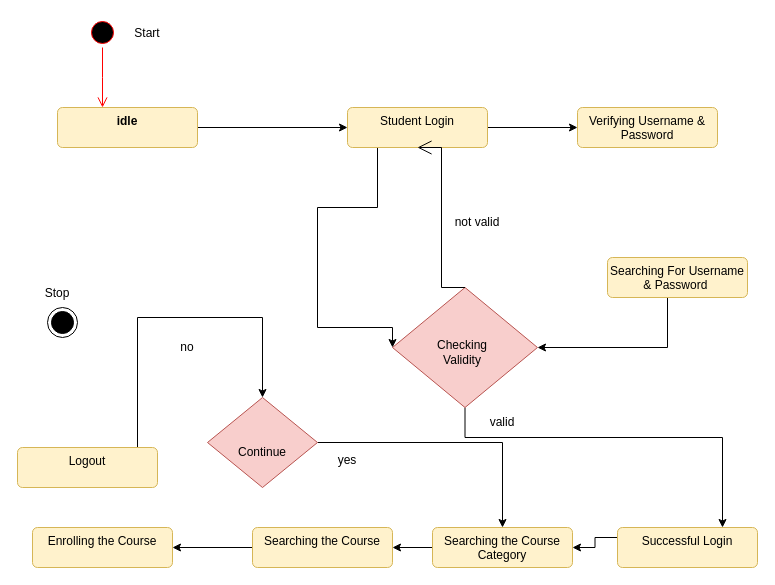
Earlier version of the draw.io diagram lab 9.drawio (AhmedButtar7/testrepo). Source tidied: cells renumbered, new cells numbered last; positions are measured from the earlier drawing's top-left corner, leaving out a move shared by most shapes. Both pictures are drawn from the tidied source at 100%, with x=0, y=0 at pixel (17, 17).
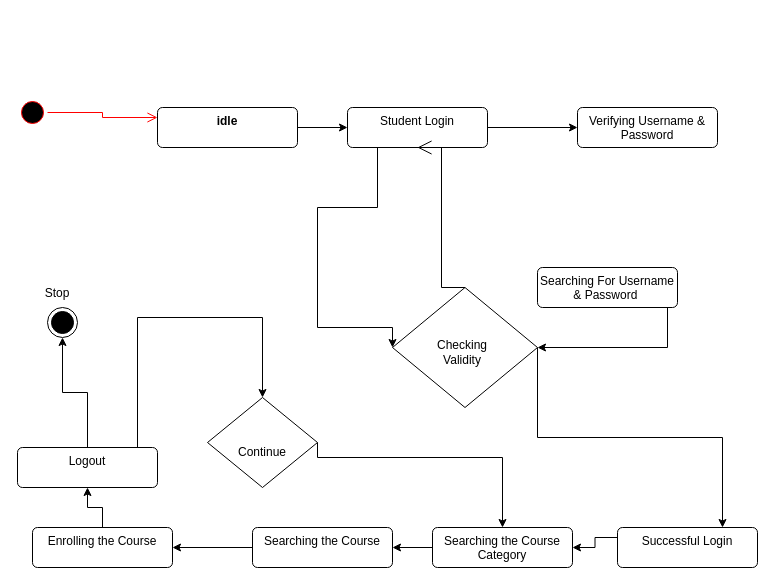
After the change.

Unchanged cells that the change refers to:
```xml
<mxCell id="26" style="ellipse;html=1;shape=endState;fillColor=strokeColor;" parent="1" vertex="1">
  <mxGeometry x="30" y="290" width="30" height="30" as="geometry" />
</mxCell>
```

The edit, as a diff of the source:
```diff
@@
     <mxCell id="2" style="ellipse;html=1;shape=startState;fillColor=#000000;strokeColor=#ff0000;" parent="1" vertex="1">
-      <mxGeometry x="70" width="30" height="30" as="geometry" />
+      <mxGeometry y="80" width="30" height="30" as="geometry" />
     </mxCell>
-    <mxCell id="3" style="edgeStyle=orthogonalEdgeStyle;html=1;verticalAlign=bottom;endArrow=open;endSize=8;strokeColor=#ff0000;rounded=0;" parent="1" edge="1" source="2">
-      <mxGeometry relative="1" as="geometry">
-        <mxPoint x="85" y="90" as="targetPoint" />
-      </mxGeometry>
+    <mxCell id="3" style="edgeStyle=orthogonalEdgeStyle;html=1;verticalAlign=bottom;endArrow=open;endSize=8;strokeColor=#ff0000;rounded=0;entryX=0;entryY=0.25;entryDx=0;entryDy=0;" parent="1" edge="1" source="2" target="5">
+      <mxGeometry relative="1" as="geometry" />
     </mxCell>
@@
-    <mxCell id="5" value="&lt;b&gt;idle&lt;/b&gt;" style="html=1;align=center;verticalAlign=top;rounded=1;absoluteArcSize=1;arcSize=10;dashed=0;whiteSpace=wrap;fillColor=#fff2cc;strokeColor=#d6b656;" parent="1" vertex="1">
-      <mxGeometry x="40" y="90" width="140" height="40" as="geometry" />
+    <mxCell id="5" value="&lt;b&gt;idle&lt;/b&gt;" style="html=1;align=center;verticalAlign=top;rounded=1;absoluteArcSize=1;arcSize=10;dashed=0;whiteSpace=wrap;" parent="1" vertex="1">
+      <mxGeometry x="140" y="90" width="140" height="40" as="geometry" />
     </mxCell>
@@
-    <mxCell id="8" value="Student Login" style="html=1;align=center;verticalAlign=top;rounded=1;absoluteArcSize=1;arcSize=10;dashed=0;whiteSpace=wrap;fillColor=#fff2cc;strokeColor=#d6b656;" parent="1" vertex="1">
+    <mxCell id="8" value="Student Login" style="html=1;align=center;verticalAlign=top;rounded=1;absoluteArcSize=1;arcSize=10;dashed=0;whiteSpace=wrap;" parent="1" vertex="1">
       <mxGeometry x="330" y="90" width="140" height="40" as="geometry" />
     </mxCell>
-    <mxCell id="9" value="Verifying Username &amp;amp; Password" style="html=1;align=center;verticalAlign=top;rounded=1;absoluteArcSize=1;arcSize=10;dashed=0;whiteSpace=wrap;fillColor=#fff2cc;strokeColor=#d6b656;" parent="1" vertex="1">
+    <mxCell id="9" value="Verifying Username &amp;amp; Password" style="html=1;align=center;verticalAlign=top;rounded=1;absoluteArcSize=1;arcSize=10;dashed=0;whiteSpace=wrap;" parent="1" vertex="1">
       <mxGeometry x="560" y="90" width="140" height="40" as="geometry" />
     </mxCell>
-    <mxCell id="10" style="edgeStyle=orthogonalEdgeStyle;rounded=0;jettySize=auto;html=1;exitX=0.5;exitY=1;exitDx=0;exitDy=0;entryX=0.75;entryY=0;entryDx=0;entryDy=0;" parent="1" edge="1" source="11" target="16">
+    <mxCell id="10" style="edgeStyle=orthogonalEdgeStyle;rounded=0;jettySize=auto;html=1;exitX=1;exitY=0.5;exitDx=0;exitDy=0;entryX=0.75;entryY=0;entryDx=0;entryDy=0;" parent="1" edge="1" source="11" target="16">
       <mxGeometry relative="1" as="geometry">
         <Array as="points">
-          <mxPoint x="448" y="420" />
+          <mxPoint x="520" y="420" />
           <mxPoint x="705" y="420" />
         </Array>
       </mxGeometry>
     </mxCell>
-    <mxCell id="11" style="shape=rhombus;html=1;labelPosition=right;align=left;verticalAlign=middle;fillColor=#f8cecc;strokeColor=#b85450;" parent="1" vertex="1">
+    <mxCell id="11" style="shape=rhombus;html=1;labelPosition=right;align=left;verticalAlign=middle;" parent="1" vertex="1">
       <mxGeometry x="375" y="270" width="145" height="120" as="geometry" />
     </mxCell>
@@
-    <mxCell id="14" value="Searching For Username &amp;amp; Password&amp;nbsp;" style="html=1;align=center;verticalAlign=top;rounded=1;absoluteArcSize=1;arcSize=10;dashed=0;whiteSpace=wrap;fillColor=#fff2cc;strokeColor=#d6b656;" parent="1" vertex="1">
-      <mxGeometry x="590" y="240" width="140" height="40" as="geometry" />
+    <mxCell id="14" value="Searching For Username &amp;amp; Password&amp;nbsp;" style="html=1;align=center;verticalAlign=top;rounded=1;absoluteArcSize=1;arcSize=10;dashed=0;whiteSpace=wrap;" parent="1" vertex="1">
+      <mxGeometry x="520" y="250" width="140" height="40" as="geometry" />
     </mxCell>
@@
-    <mxCell id="16" value="Successful Login" style="html=1;align=center;verticalAlign=top;rounded=1;absoluteArcSize=1;arcSize=10;dashed=0;whiteSpace=wrap;fillColor=#fff2cc;strokeColor=#d6b656;" parent="1" vertex="1">
+    <mxCell id="16" value="Successful Login" style="html=1;align=center;verticalAlign=top;rounded=1;absoluteArcSize=1;arcSize=10;dashed=0;whiteSpace=wrap;" parent="1" vertex="1">
       <mxGeometry x="600" y="510" width="140" height="40" as="geometry" />
     </mxCell>
@@
-    <mxCell id="18" value="Searching the Course Category" style="html=1;align=center;verticalAlign=top;rounded=1;absoluteArcSize=1;arcSize=10;dashed=0;whiteSpace=wrap;fillColor=#fff2cc;strokeColor=#d6b656;" parent="1" vertex="1">
+    <mxCell id="18" value="Searching the Course Category" style="html=1;align=center;verticalAlign=top;rounded=1;absoluteArcSize=1;arcSize=10;dashed=0;whiteSpace=wrap;" parent="1" vertex="1">
       <mxGeometry x="415" y="510" width="140" height="40" as="geometry" />
     </mxCell>
@@
-    <mxCell id="20" value="Searching the Course" style="html=1;align=center;verticalAlign=top;rounded=1;absoluteArcSize=1;arcSize=10;dashed=0;whiteSpace=wrap;fillColor=#fff2cc;strokeColor=#d6b656;" parent="1" vertex="1">
+    <mxCell id="20" value="Searching the Course" style="html=1;align=center;verticalAlign=top;rounded=1;absoluteArcSize=1;arcSize=10;dashed=0;whiteSpace=wrap;" parent="1" vertex="1">
       <mxGeometry x="235" y="510" width="140" height="40" as="geometry" />
     </mxCell>
+    <mxCell id="35" style="edgeStyle=orthogonalEdgeStyle;rounded=0;jettySize=auto;html=1;exitX=0.5;exitY=0;exitDx=0;exitDy=0;entryX=0.5;entryY=1;entryDx=0;entryDy=0;" parent="1" edge="1" source="21" target="23">
+      <mxGeometry relative="1" as="geometry" />
+    </mxCell>
-    <mxCell id="21" value="Enrolling the Course" style="html=1;align=center;verticalAlign=top;rounded=1;absoluteArcSize=1;arcSize=10;dashed=0;whiteSpace=wrap;fillColor=#fff2cc;strokeColor=#d6b656;" parent="1" vertex="1">
+    <mxCell id="21" value="Enrolling the Course" style="html=1;align=center;verticalAlign=top;rounded=1;absoluteArcSize=1;arcSize=10;dashed=0;whiteSpace=wrap;" parent="1" vertex="1">
       <mxGeometry x="15" y="510" width="140" height="40" as="geometry" />
     </mxCell>
@@
+    <mxCell id="36" style="edgeStyle=orthogonalEdgeStyle;rounded=0;jettySize=auto;html=1;entryX=0.5;entryY=1;entryDx=0;entryDy=0;" parent="1" edge="1" source="23" target="26">
+      <mxGeometry relative="1" as="geometry" />
+    </mxCell>
-    <mxCell id="23" value="Logout" style="html=1;align=center;verticalAlign=top;rounded=1;absoluteArcSize=1;arcSize=10;dashed=0;whiteSpace=wrap;fillColor=#fff2cc;strokeColor=#d6b656;" parent="1" vertex="1">
+    <mxCell id="23" value="Logout" style="html=1;align=center;verticalAlign=top;rounded=1;absoluteArcSize=1;arcSize=10;dashed=0;whiteSpace=wrap;" parent="1" vertex="1">
       <mxGeometry y="430" width="140" height="40" as="geometry" />
     </mxCell>
-    <mxCell id="24" style="edgeStyle=orthogonalEdgeStyle;rounded=0;jettySize=auto;html=1;entryX=0.5;entryY=0;entryDx=0;entryDy=0;" parent="1" edge="1" source="25" target="18">
-      <mxGeometry relative="1" as="geometry" />
+    <mxCell id="24" style="edgeStyle=orthogonalEdgeStyle;rounded=0;jettySize=auto;html=1;entryX=0.5;entryY=0;entryDx=0;entryDy=0;exitX=1;exitY=0.5;exitDx=0;exitDy=0;" parent="1" edge="1" source="25" target="18">
+      <mxGeometry relative="1" as="geometry">
+        <Array as="points">
+          <mxPoint x="300" y="440" />
+          <mxPoint x="485" y="440" />
+        </Array>
+      </mxGeometry>
     </mxCell>
-    <mxCell id="25" style="shape=rhombus;html=1;labelPosition=right;align=left;verticalAlign=middle;fillColor=#f8cecc;strokeColor=#b85450;" parent="1" vertex="1">
+    <mxCell id="25" style="shape=rhombus;html=1;labelPosition=right;align=left;verticalAlign=middle;" parent="1" vertex="1">
       <mxGeometry x="190" y="380" width="110" height="90" as="geometry" />
     </mxCell>
@@
-    <mxCell id="30" value="not valid" style="text;html=1;align=center;verticalAlign=middle;whiteSpace=wrap;rounded=0;" parent="1" vertex="1">
-      <mxGeometry x="430" y="190" width="60" height="30" as="geometry" />
-    </mxCell>
-    <mxCell id="31" value="valid" style="text;html=1;align=center;verticalAlign=middle;whiteSpace=wrap;rounded=0;" parent="1" vertex="1">
-      <mxGeometry x="455" y="390" width="60" height="30" as="geometry" />
-    </mxCell>
-    <mxCell id="32" value="yes" style="text;html=1;align=center;verticalAlign=middle;whiteSpace=wrap;rounded=0;" parent="1" vertex="1">
-      <mxGeometry x="300" y="420" width="60" height="45" as="geometry" />
-    </mxCell>
-    <mxCell id="33" value="no" style="text;html=1;align=center;verticalAlign=middle;whiteSpace=wrap;rounded=0;" parent="1" vertex="1">
-      <mxGeometry x="140" y="315" width="60" height="30" as="geometry" />
-    </mxCell>
-    <mxCell id="34" value="Start" style="text;html=1;align=center;verticalAlign=middle;whiteSpace=wrap;rounded=0;" parent="1" vertex="1">
-      <mxGeometry x="100" y="1" width="60" height="30" as="geometry" />
-    </mxCell>
```
